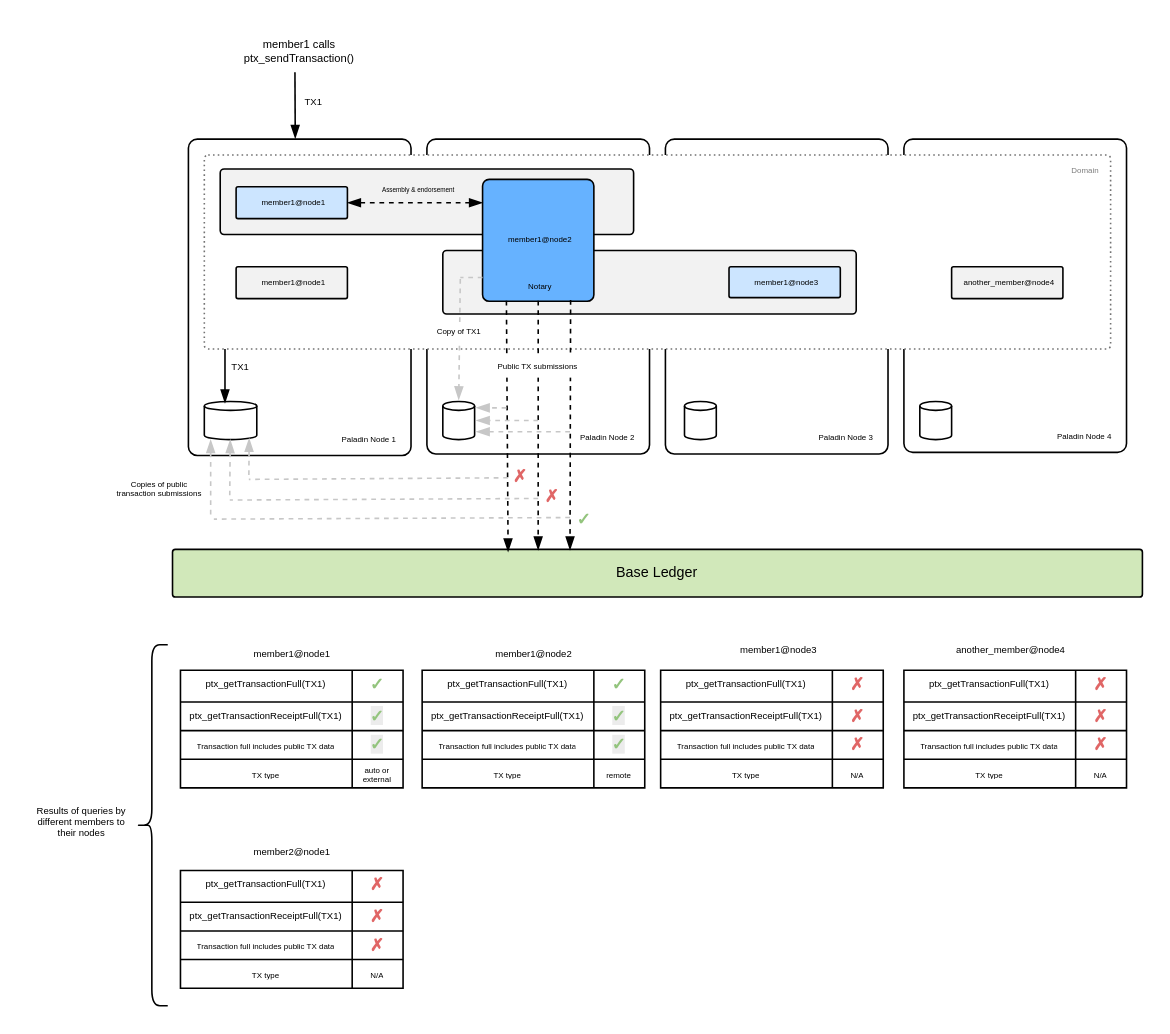
This is doc-site/docs/architecture/diagrams/paladin-node-data-flows.drawio from LFDT-Paladin/paladin, a draw.io file, before an edit. Source tidied: cells renumbered, new cells numbered last; positions are measured from the earlier drawing's top-left corner, leaving out a move shared by most shapes. Both pictures are drawn from the tidied source at 159%, with x=0, y=0 at pixel (27, 27).
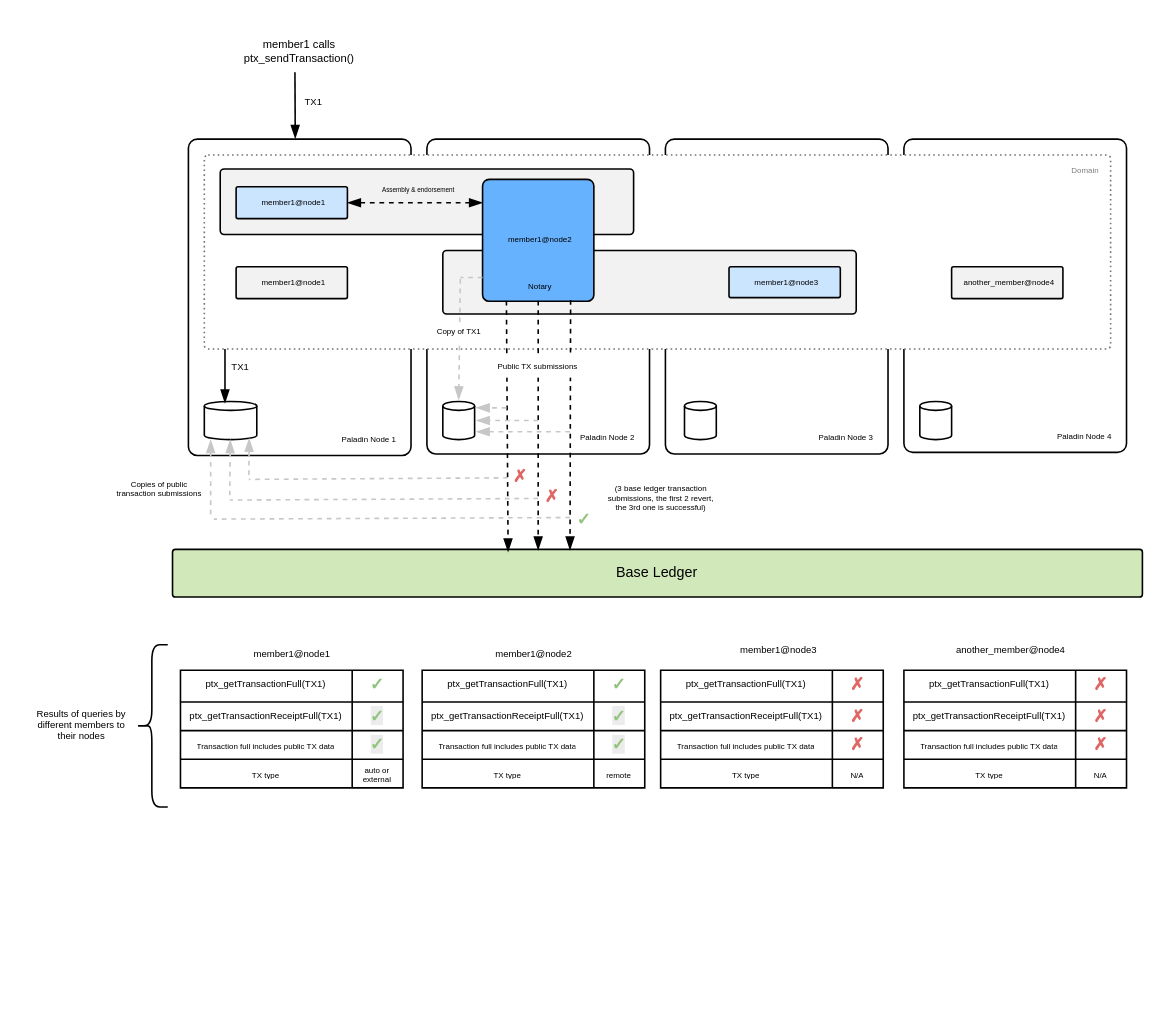
After the change.

Commit message (it also covers changes not shown here):
Update the data flow docs between nodes

Diff of the diagram source:
```diff
@@
-    <mxCell id="55" value="&lt;span style=&quot;font-size: 6px;&quot;&gt;member2@node1&lt;/span&gt;" style="rounded=0;whiteSpace=wrap;html=1;strokeColor=none;fillColor=none;" parent="1" vertex="1">
-      <mxGeometry x="136.5" y="508" width="59" height="17" as="geometry" />
-    </mxCell>
@@
-    <mxCell id="98" style="shape=table;startSize=0;childLayout=tableLayout;fontSize=6;spacingLeft=2;" parent="1" vertex="1">
-      <mxGeometry x="96" y="530" width="140" height="74" as="geometry" />
-    </mxCell>
-    <mxCell id="99" style="shape=tableRow;horizontal=0;startSize=0;swimlaneHead=0;swimlaneBody=0;strokeColor=inherit;top=0;left=0;bottom=0;right=0;fillColor=none;" parent="98" vertex="1">
-      <mxGeometry width="140" height="20" as="geometry" />
-    </mxCell>
-    <mxCell id="100" value="&lt;span id=&quot;docs-internal-guid-54da5f6f-7fff-2256-3de9-d88a83de717e&quot;&gt;&lt;p dir=&quot;ltr&quot; style=&quot;line-height:1.2;margin-top:0pt;margin-bottom:0pt;&quot;&gt;&lt;span style=&quot;font-family: Arial, sans-serif; background-color: transparent; font-variant-numeric: normal; font-variant-east-asian: normal; font-variant-alternates: normal; font-variant-position: normal; font-variant-emoji: normal; vertical-align: baseline; white-space-collapse: preserve;&quot;&gt;&lt;font style=&quot;font-size: 6px;&quot;&gt;ptx_getTransactionFull(TX1)&lt;/font&gt;&lt;/span&gt;&lt;/p&gt;&lt;/span&gt;" style="shape=partialRectangle;html=1;whiteSpace=wrap;strokeColor=inherit;overflow=hidden;fillColor=none;top=0;left=0;bottom=0;right=0;verticalAlign=middle;horizontal=1;labelPosition=center;verticalLabelPosition=middle;align=center;spacingRight=2;spacingLeft=2;fontSize=5;spacingBottom=2;" parent="99" vertex="1">
-      <mxGeometry width="108" height="20" as="geometry" />
-    </mxCell>
-    <mxCell id="101" value="&lt;span id=&quot;docs-internal-guid-c590954d-7fff-3660-6d2f-7494b4fce300&quot;&gt;&lt;p dir=&quot;ltr&quot; style=&quot;line-height:1.2;margin-top:0pt;margin-bottom:0pt;&quot;&gt;&lt;span style=&quot;color: rgb(224, 102, 102); font-family: Arial, sans-serif; font-size: 10.6667px; font-weight: 700; white-space-collapse: preserve;&quot;&gt;✗&lt;/span&gt;&lt;/p&gt;&lt;/span&gt;" style="shape=partialRectangle;html=1;whiteSpace=wrap;strokeColor=inherit;overflow=hidden;fillColor=none;top=0;left=0;bottom=0;right=0;spacingRight=2;spacingLeft=2;fontSize=5;spacingBottom=2;" parent="99" vertex="1">
-      <mxGeometry x="108" width="32" height="20" as="geometry" />
-    </mxCell>
-    <mxCell id="102" style="shape=tableRow;horizontal=0;startSize=0;swimlaneHead=0;swimlaneBody=0;strokeColor=inherit;top=0;left=0;bottom=0;right=0;fillColor=none;" parent="98" vertex="1">
-      <mxGeometry y="20" width="140" height="18" as="geometry" />
-    </mxCell>
-    <mxCell id="103" value="&lt;span style=&quot;font-family: Arial, sans-serif; font-size: 6px; white-space-collapse: preserve;&quot;&gt;ptx_getTransactionReceiptFull(TX1)&lt;/span&gt;" style="shape=partialRectangle;html=1;whiteSpace=wrap;strokeColor=inherit;overflow=hidden;fillColor=none;top=0;left=0;bottom=0;right=0;spacingRight=2;spacingLeft=2;fontSize=5;" parent="102" vertex="1">
-      <mxGeometry width="108" height="18" as="geometry" />
-    </mxCell>
-    <mxCell id="104" value="&lt;span style=&quot;color: rgb(224, 102, 102); font-family: Arial, sans-serif; font-size: 10.6667px; font-weight: 700; white-space-collapse: preserve;&quot;&gt;✗&lt;/span&gt;" style="shape=partialRectangle;html=1;whiteSpace=wrap;strokeColor=inherit;overflow=hidden;fillColor=none;top=0;left=0;bottom=0;right=0;spacingRight=2;spacingLeft=2;fontSize=5;" parent="102" vertex="1">
-      <mxGeometry x="108" width="32" height="18" as="geometry" />
-    </mxCell>
-    <mxCell id="105" style="shape=tableRow;horizontal=0;startSize=0;swimlaneHead=0;swimlaneBody=0;strokeColor=inherit;top=0;left=0;bottom=0;right=0;fillColor=none;" parent="98" vertex="1">
-      <mxGeometry y="38" width="140" height="18" as="geometry" />
-    </mxCell>
-    <mxCell id="106" value="Transaction full includes public TX data" style="shape=partialRectangle;html=1;whiteSpace=wrap;strokeColor=inherit;overflow=hidden;fillColor=none;top=0;left=0;bottom=0;right=0;spacingRight=2;spacingLeft=2;fontSize=5;" parent="105" vertex="1">
-      <mxGeometry width="108" height="18" as="geometry" />
-    </mxCell>
-    <mxCell id="107" value="&lt;span style=&quot;color: rgb(224, 102, 102); font-family: Arial, sans-serif; font-size: 10.6667px; font-weight: 700; white-space-collapse: preserve;&quot;&gt;✗&lt;/span&gt;" style="shape=partialRectangle;html=1;whiteSpace=wrap;strokeColor=inherit;overflow=hidden;fillColor=none;top=0;left=0;bottom=0;right=0;spacingRight=2;spacingLeft=2;fontSize=5;" parent="105" vertex="1">
-      <mxGeometry x="108" width="32" height="18" as="geometry" />
-    </mxCell>
-    <mxCell id="108" style="shape=tableRow;horizontal=0;startSize=0;swimlaneHead=0;swimlaneBody=0;strokeColor=inherit;top=0;left=0;bottom=0;right=0;fillColor=none;" parent="98" vertex="1">
-      <mxGeometry y="56" width="140" height="18" as="geometry" />
-    </mxCell>
-    <mxCell id="109" value="TX type" style="shape=partialRectangle;html=1;whiteSpace=wrap;strokeColor=inherit;overflow=hidden;fillColor=none;top=0;left=0;bottom=0;right=0;spacingRight=2;spacingLeft=2;fontSize=5;" parent="108" vertex="1">
-      <mxGeometry width="108" height="18" as="geometry" />
-    </mxCell>
-    <mxCell id="110" value="N/A" style="shape=partialRectangle;html=1;whiteSpace=wrap;strokeColor=inherit;overflow=hidden;fillColor=none;top=0;left=0;bottom=0;right=0;spacingRight=2;spacingLeft=2;fontSize=5;" parent="108" vertex="1">
-      <mxGeometry x="108" width="32" height="18" as="geometry" />
-    </mxCell>
@@
     <mxCell id="114" value="Results of queries by different members to their nodes" style="rounded=0;whiteSpace=wrap;strokeColor=none;fillColor=none;spacingTop=-4;fontSize=6;strokeWidth=1;" parent="1" vertex="1">
-      <mxGeometry y="494" width="68" height="16" as="geometry" />
+      <mxGeometry y="433" width="68" height="16" as="geometry" />
     </mxCell>
     <mxCell id="115" style="shape=curlyBracket;whiteSpace=wrap;html=1;rounded=1;labelPosition=left;verticalLabelPosition=middle;align=right;verticalAlign=middle;size=0.5;" parent="1" vertex="1">
-      <mxGeometry x="68" y="388" width="20" height="227" as="geometry" />
+      <mxGeometry x="68" y="388" width="20" height="102" as="geometry" />
     </mxCell>
@@
+    <mxCell id="118" value="(3 base ledger transaction submissions, the first 2 revert, the 3rd one is successful)" style="rounded=0;whiteSpace=wrap;strokeColor=none;fontSize=5;fillColor=none;" parent="1" vertex="1">
+      <mxGeometry x="360.5" y="275.5" width="74.5" height="39" as="geometry" />
+    </mxCell>
```
